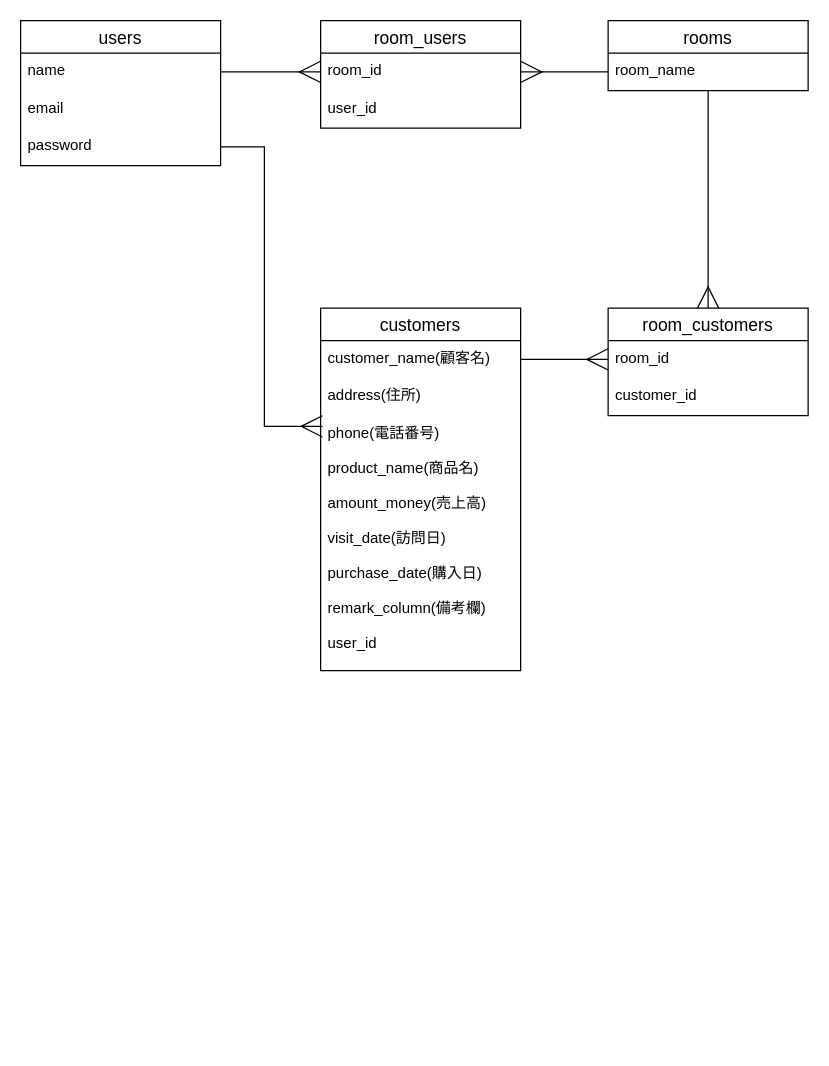
Earlier version of the draw.io diagram test.dio (MONTA-web/customer_app). Source tidied: cells renumbered, new cells numbered last; positions are measured from the earlier drawing's top-left corner, leaving out a move shared by most shapes. Both pictures are drawn from the tidied source at 125%, with x=0, y=0 at pixel (20, 20).
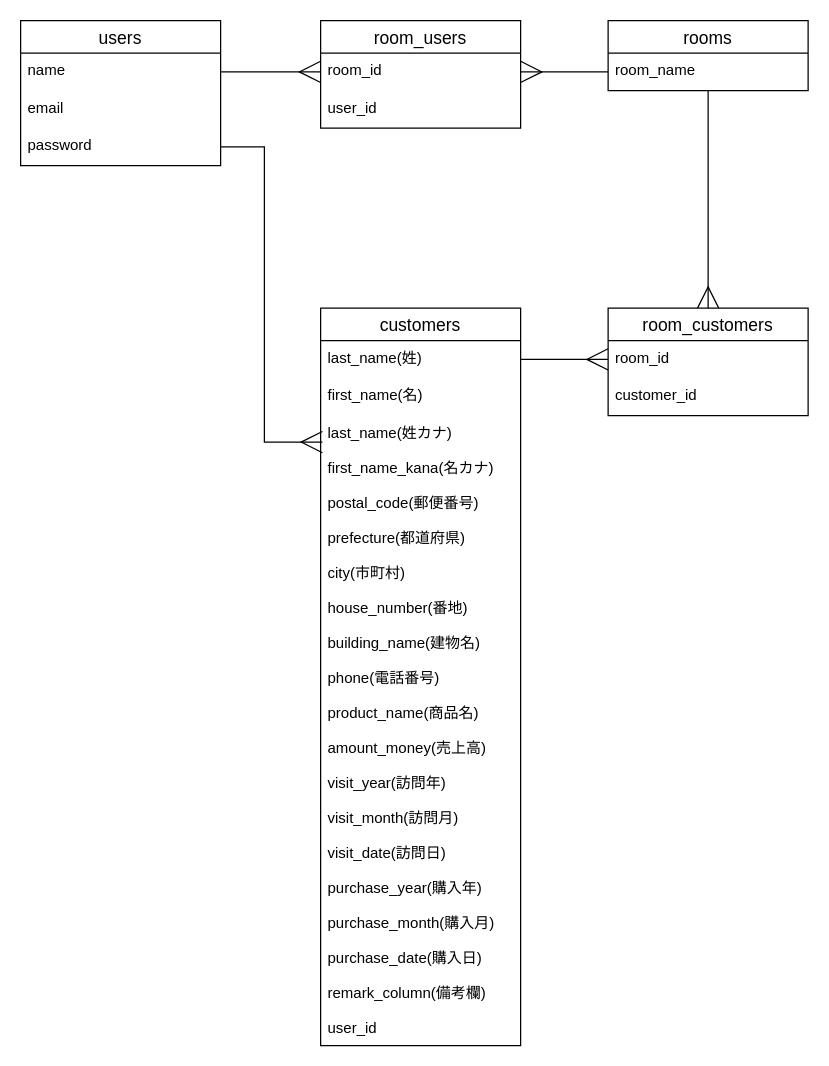
The same diagram, later.

Commit message (it also covers changes not shown here):
テーブル設計編集

Diff of the diagram source:
```diff
@@
     <mxCell id="12" value="customers" style="swimlane;fontStyle=0;horizontal=1;startSize=26;align=center;fontSize=14;" parent="1" vertex="1">
-      <mxGeometry x="240" y="230" width="160" height="290" as="geometry" />
+      <mxGeometry x="240" y="230" width="160" height="590" as="geometry" />
     </mxCell>
-    <mxCell id="13" value="customer_name(顧客名)" style="text;strokeColor=none;fillColor=none;spacingLeft=4;spacingRight=4;overflow=hidden;points=[[0,0.5],[1,0.5]];portConstraint=eastwest;fontSize=12;" parent="12" vertex="1">
+    <mxCell id="13" value="last_name(姓)" style="text;strokeColor=none;fillColor=none;spacingLeft=4;spacingRight=4;overflow=hidden;points=[[0,0.5],[1,0.5]];portConstraint=eastwest;fontSize=12;" parent="12" vertex="1">
       <mxGeometry y="26" width="160" height="30" as="geometry" />
     </mxCell>
-    <mxCell id="14" value="address(住所)" style="text;strokeColor=none;fillColor=none;spacingLeft=4;spacingRight=4;overflow=hidden;fontSize=12;" parent="12" vertex="1">
+    <mxCell id="14" value="first_name(名)" style="text;strokeColor=none;fillColor=none;spacingLeft=4;spacingRight=4;overflow=hidden;fontSize=12;" parent="12" vertex="1">
       <mxGeometry y="56" width="160" height="30" as="geometry" />
     </mxCell>
-    <mxCell id="15" value="phone(電話番号)&#10;&#10;product_name(商品名)&#10;&#10;amount_money(売上高)&#10;&#10;visit_date(訪問日)&#10;&#10;purchase_date(購入日)&#10;&#10;remark_column(備考欄)&#10;&#10;user_id" style="text;strokeColor=none;fillColor=none;spacingLeft=4;spacingRight=4;overflow=hidden;points=[[0,0.5],[1,0.5]];portConstraint=eastwest;fontSize=12;" parent="12" vertex="1">
-      <mxGeometry y="86" width="160" height="204" as="geometry" />
+    <mxCell id="15" value="last_name(姓カナ)&#10;&#10;first_name_kana(名カナ)&#10;&#10;postal_code(郵便番号)&#10;&#10;prefecture(都道府県)&#10;&#10;city(市町村)&#10;&#10;house_number(番地)&#10;&#10;building_name(建物名)&#10;&#10;phone(電話番号)&#10;&#10;product_name(商品名)&#10;&#10;amount_money(売上高)&#10;&#10;visit_year(訪問年)&#10;&#10;visit_month(訪問月)&#10;&#10;visit_date(訪問日)&#10;&#10;purchase_year(購入年)&#10;&#10;purchase_month(購入月)&#10;&#10;purchase_date(購入日)&#10;&#10;remark_column(備考欄)&#10;&#10;user_id" style="text;strokeColor=none;fillColor=none;spacingLeft=4;spacingRight=4;overflow=hidden;points=[[0,0.5],[1,0.5]];portConstraint=eastwest;fontSize=12;" parent="12" vertex="1">
+      <mxGeometry y="86" width="160" height="504" as="geometry" />
     </mxCell>
```
